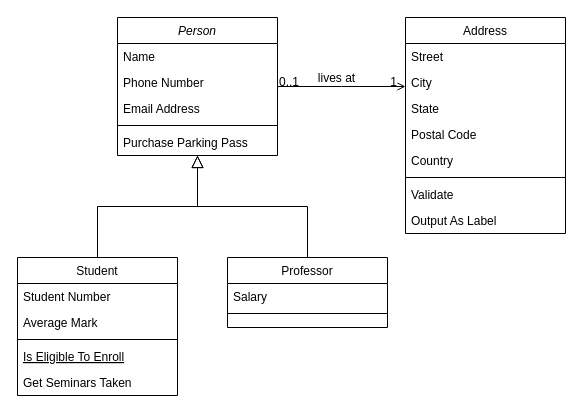
Earlier version of the draw.io diagram Untitled Diagram.drawio (shidlingayya/DesignPatterns). Source tidied: cells renumbered, new cells numbered last; positions are measured from the earlier drawing's top-left corner, leaving out a move shared by most shapes. Both pictures are drawn from the tidied source at 100%, with x=0, y=0 at pixel (17, 17).
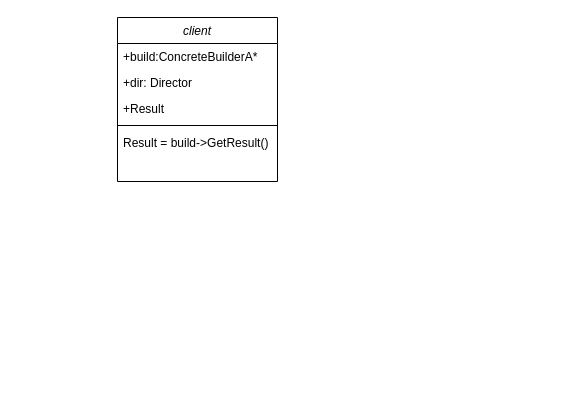
The same diagram, later.

What changed in the source:
```diff
@@
-    <mxCell id="2" value="Person" style="swimlane;fontStyle=2;align=center;verticalAlign=top;horizontal=1;startSize=26;rounded=0;shadow=0;strokeWidth=1;" parent="1" vertex="1">
-      <mxGeometry x="100" width="160" height="138" as="geometry" />
+    <mxCell id="2" value="client" style="swimlane;fontStyle=2;align=center;verticalAlign=top;horizontal=1;startSize=26;rounded=0;shadow=0;strokeWidth=1;" parent="1" vertex="1">
+      <mxGeometry x="100" width="160" height="164" as="geometry" />
     </mxCell>
-    <mxCell id="3" value="Name" style="text;align=left;verticalAlign=top;spacingLeft=4;spacingRight=4;overflow=hidden;" parent="2" vertex="1">
+    <mxCell id="3" value="+build:ConcreteBuilderA*" style="text;align=left;verticalAlign=top;spacingLeft=4;spacingRight=4;overflow=hidden;" parent="2" vertex="1">
       <mxGeometry y="26" width="160" height="26" as="geometry" />
     </mxCell>
-    <mxCell id="4" value="Phone Number" style="text;align=left;verticalAlign=top;spacingLeft=4;spacingRight=4;overflow=hidden;rounded=0;shadow=0;html=0;" parent="2" vertex="1">
+    <mxCell id="4" value="+dir: Director&#10;" style="text;align=left;verticalAlign=top;spacingLeft=4;spacingRight=4;overflow=hidden;rounded=0;shadow=0;html=0;" parent="2" vertex="1">
       <mxGeometry y="52" width="160" height="26" as="geometry" />
     </mxCell>
-    <mxCell id="5" value="Email Address" style="text;align=left;verticalAlign=top;spacingLeft=4;spacingRight=4;overflow=hidden;rounded=0;shadow=0;html=0;" parent="2" vertex="1">
+    <mxCell id="5" value="+Result" style="text;align=left;verticalAlign=top;spacingLeft=4;spacingRight=4;overflow=hidden;rounded=0;shadow=0;html=0;" parent="2" vertex="1">
       <mxGeometry y="78" width="160" height="26" as="geometry" />
     </mxCell>
@@
-    <mxCell id="7" value="Purchase Parking Pass" style="text;align=left;verticalAlign=top;spacingLeft=4;spacingRight=4;overflow=hidden;" parent="2" vertex="1">
+    <mxCell id="7" value="Result = build-&gt;GetResult()" style="text;align=left;verticalAlign=top;spacingLeft=4;spacingRight=4;overflow=hidden;" parent="2" vertex="1">
       <mxGeometry y="112" width="160" height="26" as="geometry" />
     </mxCell>
-    <mxCell id="8" value="Student" style="swimlane;fontStyle=0;align=center;verticalAlign=top;horizontal=1;startSize=26;rounded=0;shadow=0;strokeWidth=1;" parent="1" vertex="1">
-      <mxGeometry y="240" width="160" height="138" as="geometry" />
-    </mxCell>
-    <mxCell id="9" value="Student Number" style="text;align=left;verticalAlign=top;spacingLeft=4;spacingRight=4;overflow=hidden;" parent="8" vertex="1">
-      <mxGeometry y="26" width="160" height="26" as="geometry" />
-    </mxCell>
-    <mxCell id="10" value="Average Mark" style="text;align=left;verticalAlign=top;spacingLeft=4;spacingRight=4;overflow=hidden;rounded=0;shadow=0;html=0;" parent="8" vertex="1">
-      <mxGeometry y="52" width="160" height="26" as="geometry" />
-    </mxCell>
-    <mxCell id="11" style="line;html=1;strokeWidth=1;align=left;verticalAlign=middle;spacingTop=-1;spacingLeft=3;spacingRight=3;labelPosition=right;" parent="8" vertex="1">
-      <mxGeometry y="78" width="160" height="8" as="geometry" />
-    </mxCell>
-    <mxCell id="12" value="Is Eligible To Enroll" style="text;align=left;verticalAlign=top;spacingLeft=4;spacingRight=4;overflow=hidden;fontStyle=4;" parent="8" vertex="1">
-      <mxGeometry y="86" width="160" height="26" as="geometry" />
-    </mxCell>
-    <mxCell id="13" value="Get Seminars Taken" style="text;align=left;verticalAlign=top;spacingLeft=4;spacingRight=4;overflow=hidden;" parent="8" vertex="1">
-      <mxGeometry y="112" width="160" height="26" as="geometry" />
-    </mxCell>
-    <mxCell id="14" style="endArrow=block;endSize=10;endFill=0;shadow=0;strokeWidth=1;rounded=0;edgeStyle=elbowEdgeStyle;elbow=vertical;" parent="1" edge="1" source="8" target="2">
-      <mxGeometry relative="1" as="geometry" />
-    </mxCell>
-    <mxCell id="15" value="Professor" style="swimlane;fontStyle=0;align=center;verticalAlign=top;horizontal=1;startSize=26;rounded=0;shadow=0;strokeWidth=1;" parent="1" vertex="1">
-      <mxGeometry x="210" y="240" width="160" height="70" as="geometry" />
-    </mxCell>
-    <mxCell id="16" value="Salary" style="text;align=left;verticalAlign=top;spacingLeft=4;spacingRight=4;overflow=hidden;" parent="15" vertex="1">
-      <mxGeometry y="26" width="160" height="26" as="geometry" />
-    </mxCell>
-    <mxCell id="17" style="line;html=1;strokeWidth=1;align=left;verticalAlign=middle;spacingTop=-1;spacingLeft=3;spacingRight=3;labelPosition=right;" parent="15" vertex="1">
-      <mxGeometry y="52" width="160" height="8" as="geometry" />
-    </mxCell>
-    <mxCell id="18" style="endArrow=block;endSize=10;endFill=0;shadow=0;strokeWidth=1;rounded=0;edgeStyle=elbowEdgeStyle;elbow=vertical;" parent="1" edge="1" source="15" target="2">
-      <mxGeometry relative="1" as="geometry" />
-    </mxCell>
-    <mxCell id="19" value="Address" style="swimlane;fontStyle=0;align=center;verticalAlign=top;horizontal=1;startSize=26;rounded=0;shadow=0;strokeWidth=1;" parent="1" vertex="1">
-      <mxGeometry x="388" width="160" height="216" as="geometry" />
-    </mxCell>
-    <mxCell id="20" value="Street" style="text;align=left;verticalAlign=top;spacingLeft=4;spacingRight=4;overflow=hidden;" parent="19" vertex="1">
-      <mxGeometry y="26" width="160" height="26" as="geometry" />
-    </mxCell>
-    <mxCell id="21" value="City" style="text;align=left;verticalAlign=top;spacingLeft=4;spacingRight=4;overflow=hidden;rounded=0;shadow=0;html=0;" parent="19" vertex="1">
-      <mxGeometry y="52" width="160" height="26" as="geometry" />
-    </mxCell>
-    <mxCell id="22" value="State" style="text;align=left;verticalAlign=top;spacingLeft=4;spacingRight=4;overflow=hidden;rounded=0;shadow=0;html=0;" parent="19" vertex="1">
-      <mxGeometry y="78" width="160" height="26" as="geometry" />
-    </mxCell>
-    <mxCell id="23" value="Postal Code" style="text;align=left;verticalAlign=top;spacingLeft=4;spacingRight=4;overflow=hidden;rounded=0;shadow=0;html=0;" parent="19" vertex="1">
-      <mxGeometry y="104" width="160" height="26" as="geometry" />
-    </mxCell>
-    <mxCell id="24" value="Country" style="text;align=left;verticalAlign=top;spacingLeft=4;spacingRight=4;overflow=hidden;rounded=0;shadow=0;html=0;" parent="19" vertex="1">
-      <mxGeometry y="130" width="160" height="26" as="geometry" />
-    </mxCell>
-    <mxCell id="25" style="line;html=1;strokeWidth=1;align=left;verticalAlign=middle;spacingTop=-1;spacingLeft=3;spacingRight=3;labelPosition=right;" parent="19" vertex="1">
-      <mxGeometry y="156" width="160" height="8" as="geometry" />
-    </mxCell>
-    <mxCell id="26" value="Validate" style="text;align=left;verticalAlign=top;spacingLeft=4;spacingRight=4;overflow=hidden;" parent="19" vertex="1">
-      <mxGeometry y="164" width="160" height="26" as="geometry" />
-    </mxCell>
-    <mxCell id="27" value="Output As Label" style="text;align=left;verticalAlign=top;spacingLeft=4;spacingRight=4;overflow=hidden;" parent="19" vertex="1">
-      <mxGeometry y="190" width="160" height="26" as="geometry" />
-    </mxCell>
-    <mxCell id="28" style="endArrow=open;shadow=0;strokeWidth=1;rounded=0;endFill=1;edgeStyle=elbowEdgeStyle;elbow=vertical;" parent="1" edge="1" source="2" target="19">
-      <mxGeometry x="0.5" y="41" relative="1" as="geometry">
-        <mxPoint x="-40" y="32" as="offset" />
-      </mxGeometry>
-    </mxCell>
-    <mxCell id="29" value="0..1" style="align=left;verticalAlign=bottom;labelBackgroundColor=none;fontSize=12;" parent="28" vertex="1">
-      <mxGeometry x="-1" relative="1" as="geometry">
-        <mxPoint y="4" as="offset" />
-      </mxGeometry>
-    </mxCell>
-    <mxCell id="30" value="1" style="align=right;verticalAlign=bottom;labelBackgroundColor=none;fontSize=12;" parent="28" vertex="1">
-      <mxGeometry x="1" relative="1" as="geometry">
-        <mxPoint x="-7" y="4" as="offset" />
-      </mxGeometry>
-    </mxCell>
-    <mxCell id="31" value="lives at" style="text;html=1;align=center;verticalAlign=middle;labelBackgroundColor=none;rounded=0;shadow=0;strokeWidth=1;fontSize=12;" parent="28" vertex="1">
-      <mxGeometry x="0.5" y="49" relative="1" as="geometry">
-        <mxPoint x="-38" y="40" as="offset" />
-      </mxGeometry>
-    </mxCell>
```
